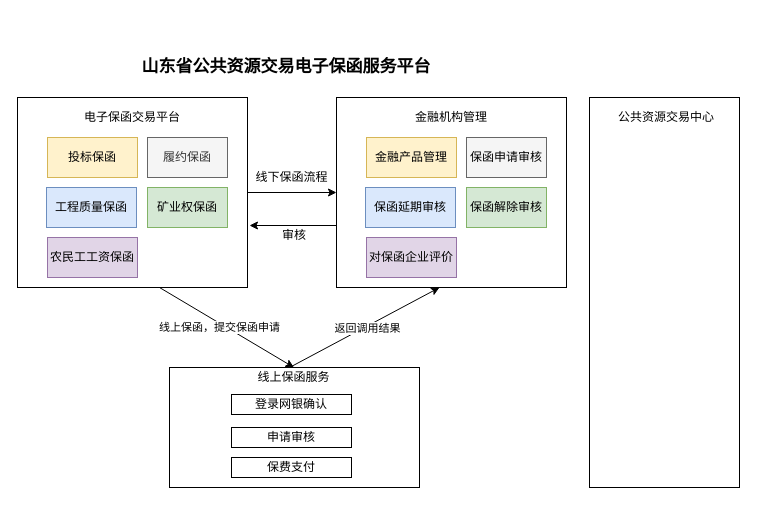
Above: Untitled Diagram.drawio in hyk95/git (draw.io), before the change. Source tidied: cells renumbered, new cells numbered last; positions are measured from the earlier drawing's top-left corner, leaving out a move shared by most shapes. Both pictures are drawn from the tidied source at 100%, with x=0, y=0 at pixel (17, 57).
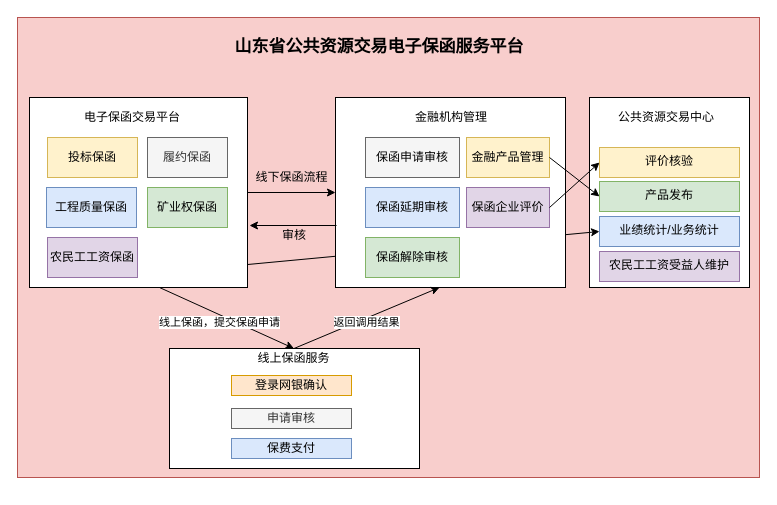
After the change.

Diff of the diagram source:
```diff
@@
+    <mxCell id="32" style="rounded=0;whiteSpace=wrap;html=1;align=center;fillColor=#f8cecc;strokeColor=#b85450;" parent="1" vertex="1">
+      <mxGeometry y="-40" width="742" height="460" as="geometry" />
+    </mxCell>
+    <mxCell id="30" style="rounded=0;whiteSpace=wrap;html=1;" parent="1" vertex="1">
+      <mxGeometry x="572" y="40" width="160" height="190" as="geometry" />
+    </mxCell>
+    <mxCell id="33" style="endArrow=classic;html=1;entryX=0;entryY=0.5;entryDx=0;entryDy=0;exitX=1.001;exitY=0.879;exitDx=0;exitDy=0;exitPerimeter=0;" parent="1" edge="1" source="3" target="36">
+      <mxGeometry relative="1" as="geometry" />
+    </mxCell>
@@
     <mxCell id="3" style="rounded=0;whiteSpace=wrap;html=1;" parent="1" vertex="1">
-      <mxGeometry y="40" width="230" height="190" as="geometry" />
+      <mxGeometry x="12" y="40" width="218" height="190" as="geometry" />
     </mxCell>
     <mxCell id="4" value="&lt;b&gt;&lt;font style=&quot;font-size: 17px&quot;&gt;山东省公共资源交易电子保函服务平台&lt;/font&gt;&lt;/b&gt;" style="text;html=1;strokeColor=none;fillColor=none;align=center;verticalAlign=middle;whiteSpace=wrap;rounded=0;" parent="1" vertex="1">
-      <mxGeometry x="99" width="340" height="20" as="geometry" />
+      <mxGeometry x="192" y="-20" width="340" height="20" as="geometry" />
     </mxCell>
@@
     <mxCell id="11" style="rounded=0;whiteSpace=wrap;html=1;" parent="1" vertex="1">
-      <mxGeometry x="319" y="40" width="230" height="190" as="geometry" />
+      <mxGeometry x="318" y="40" width="230" height="190" as="geometry" />
     </mxCell>
@@
     <mxCell id="13" value="保函解除审核" style="text;html=1;strokeColor=#82b366;fillColor=#d5e8d4;align=center;verticalAlign=middle;whiteSpace=wrap;rounded=0;" parent="1" vertex="1">
-      <mxGeometry x="449" y="130" width="80" height="40" as="geometry" />
+      <mxGeometry x="348" y="180" width="94" height="40" as="geometry" />
     </mxCell>
     <mxCell id="14" value="&lt;span style=&quot;color: rgb(0 , 0 , 0)&quot;&gt;保函申请审核&lt;/span&gt;" style="text;html=1;strokeColor=#666666;fillColor=#f5f5f5;align=center;verticalAlign=middle;whiteSpace=wrap;rounded=0;fontColor=#333333;" parent="1" vertex="1">
-      <mxGeometry x="449" y="80" width="80" height="40" as="geometry" />
+      <mxGeometry x="348" y="80" width="94" height="40" as="geometry" />
     </mxCell>
     <mxCell id="15" value="金融产品管理" style="text;html=1;strokeColor=#d6b656;fillColor=#fff2cc;align=center;verticalAlign=middle;whiteSpace=wrap;rounded=0;" parent="1" vertex="1">
-      <mxGeometry x="349" y="80" width="90" height="40" as="geometry" />
+      <mxGeometry x="449" y="80" width="83" height="40" as="geometry" />
     </mxCell>
     <mxCell id="16" value="保函延期审核" style="text;html=1;strokeColor=#6c8ebf;fillColor=#dae8fc;align=center;verticalAlign=middle;whiteSpace=wrap;rounded=0;" parent="1" vertex="1">
-      <mxGeometry x="348" y="130" width="90" height="40" as="geometry" />
+      <mxGeometry x="348" y="130" width="94" height="40" as="geometry" />
     </mxCell>
-    <mxCell id="17" value="对保函企业评价" style="text;html=1;strokeColor=#9673a6;fillColor=#e1d5e7;align=center;verticalAlign=middle;whiteSpace=wrap;rounded=0;" parent="1" vertex="1">
-      <mxGeometry x="349" y="180" width="90" height="40" as="geometry" />
+    <mxCell id="17" value="保函企业评价" style="text;html=1;strokeColor=#9673a6;fillColor=#e1d5e7;align=center;verticalAlign=middle;whiteSpace=wrap;rounded=0;" parent="1" vertex="1">
+      <mxGeometry x="449" y="130" width="83" height="40" as="geometry" />
     </mxCell>
@@
     <mxCell id="19" style="rounded=0;whiteSpace=wrap;html=1;" parent="1" vertex="1">
-      <mxGeometry x="152" y="310" width="250" height="120" as="geometry" />
+      <mxGeometry x="152" y="291" width="250" height="120" as="geometry" />
     </mxCell>
     <mxCell id="20" value="线上保函服务" style="text;html=1;strokeColor=none;fillColor=none;align=center;verticalAlign=middle;whiteSpace=wrap;rounded=0;" parent="1" vertex="1">
-      <mxGeometry x="234" y="310" width="85" height="20" as="geometry" />
+      <mxGeometry x="234" y="291" width="85" height="20" as="geometry" />
     </mxCell>
@@
-    <mxCell id="25" style="endArrow=classic;html=1;" parent="1" edge="1">
+    <mxCell id="25" style="endArrow=classic;html=1;exitX=0.5;exitY=0;exitDx=0;exitDy=0;" parent="1" edge="1" source="20">
       <mxGeometry relative="1" as="geometry">
-        <mxPoint x="272" y="310" as="sourcePoint" />
         <mxPoint x="422" y="230" as="targetPoint" />
       </mxGeometry>
     </mxCell>
     <mxCell id="26" value="返回调用结果" style="edgeLabel;html=1;align=center;verticalAlign=middle;" parent="1" vertex="1">
-      <mxGeometry x="349" y="270" as="geometry" />
+      <mxGeometry x="348" y="264" as="geometry" />
     </mxCell>
-    <mxCell id="27" value="登录网银确认" style="rounded=0;whiteSpace=wrap;html=1;" parent="1" vertex="1">
-      <mxGeometry x="214" y="337" width="120" height="20" as="geometry" />
+    <mxCell id="27" value="登录网银确认" style="rounded=0;whiteSpace=wrap;html=1;fillColor=#ffe6cc;strokeColor=#d79b00;" parent="1" vertex="1">
+      <mxGeometry x="214" y="318" width="120" height="20" as="geometry" />
     </mxCell>
-    <mxCell id="28" value="申请审核" style="rounded=0;whiteSpace=wrap;html=1;" parent="1" vertex="1">
-      <mxGeometry x="214" y="370" width="120" height="20" as="geometry" />
+    <mxCell id="28" value="申请审核" style="rounded=0;whiteSpace=wrap;html=1;fillColor=#f5f5f5;strokeColor=#666666;fontColor=#333333;" parent="1" vertex="1">
+      <mxGeometry x="214" y="351" width="120" height="20" as="geometry" />
     </mxCell>
-    <mxCell id="29" value="保费支付" style="rounded=0;whiteSpace=wrap;html=1;" parent="1" vertex="1">
-      <mxGeometry x="214" y="400" width="120" height="20" as="geometry" />
+    <mxCell id="29" value="保费支付" style="rounded=0;whiteSpace=wrap;html=1;fillColor=#dae8fc;strokeColor=#6c8ebf;" parent="1" vertex="1">
+      <mxGeometry x="214" y="381" width="120" height="20" as="geometry" />
     </mxCell>
-    <mxCell id="30" style="rounded=0;whiteSpace=wrap;html=1;" parent="1" vertex="1">
-      <mxGeometry x="572" y="40" width="150" height="390" as="geometry" />
-    </mxCell>
@@
+    <mxCell id="34" value="产品发布" style="text;whiteSpace=wrap;html=1;align=center;fillColor=#d5e8d4;strokeColor=#82b366;" parent="1" vertex="1">
+      <mxGeometry x="582" y="124" width="140" height="30" as="geometry" />
+    </mxCell>
+    <mxCell id="35" value="评价核验" style="text;whiteSpace=wrap;html=1;align=center;fillColor=#fff2cc;strokeColor=#d6b656;" parent="1" vertex="1">
+      <mxGeometry x="582" y="90" width="140" height="30" as="geometry" />
+    </mxCell>
+    <mxCell id="36" value="业绩统计/业务统计" style="text;whiteSpace=wrap;html=1;align=center;fillColor=#dae8fc;strokeColor=#6c8ebf;" parent="1" vertex="1">
+      <mxGeometry x="582" y="159" width="140" height="30" as="geometry" />
+    </mxCell>
+    <mxCell id="37" value="农民工工资受益人维护" style="text;whiteSpace=wrap;html=1;align=center;fillColor=#e1d5e7;strokeColor=#9673a6;" parent="1" vertex="1">
+      <mxGeometry x="582" y="194" width="140" height="30" as="geometry" />
+    </mxCell>
+    <mxCell id="38" style="endArrow=classic;html=1;entryX=0;entryY=0.5;entryDx=0;entryDy=0;exitX=1;exitY=0.5;exitDx=0;exitDy=0;" parent="1" edge="1" source="15" target="34">
+      <mxGeometry relative="1" as="geometry" />
+    </mxCell>
+    <mxCell id="39" style="endArrow=classic;html=1;entryX=0;entryY=0.5;entryDx=0;entryDy=0;exitX=1;exitY=0.5;exitDx=0;exitDy=0;" parent="1" edge="1" source="17" target="35">
+      <mxGeometry relative="1" as="geometry" />
+    </mxCell>
```
